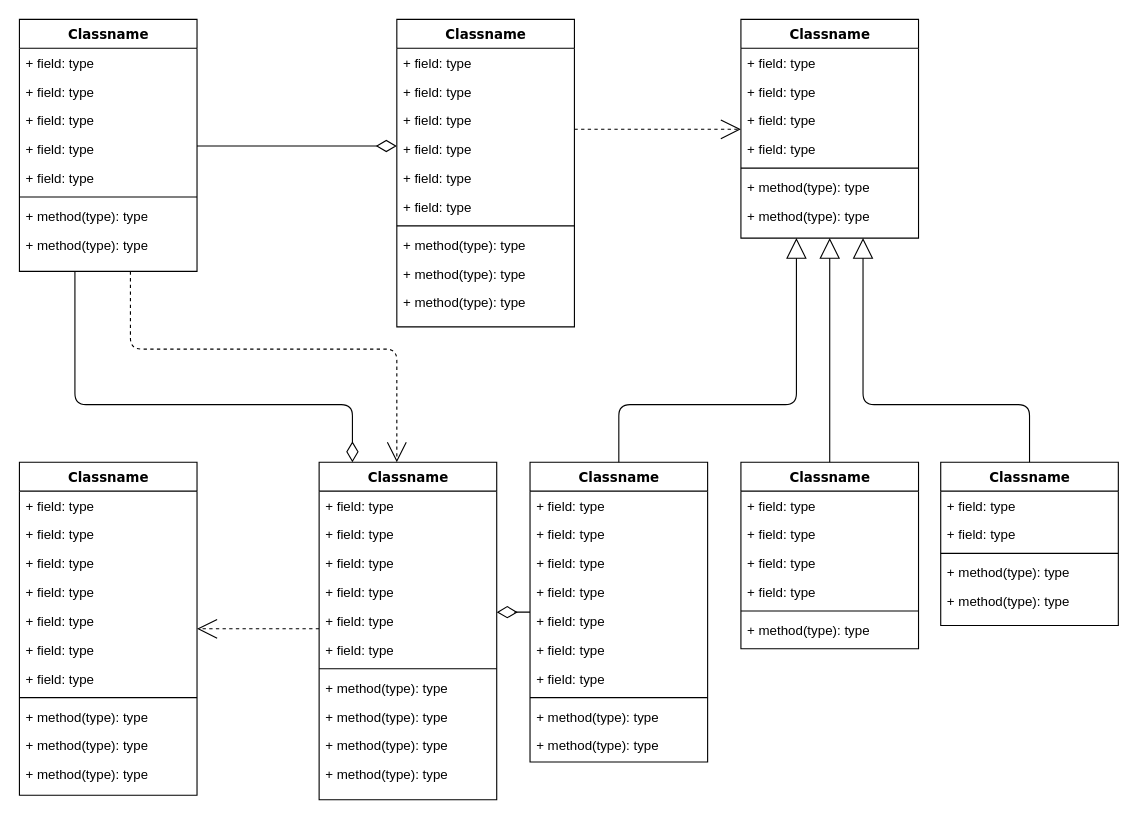
Before: docs/figures/Untitled Diagram.drawio in alex031029/WanxiangHackathon, a draw.io diagram. Source tidied: cells renumbered, new cells numbered last; positions are measured from the earlier drawing's top-left corner, leaving out a move shared by most shapes. Both pictures are drawn from the tidied source at 111%, with x=0, y=0 at pixel (19, 19).
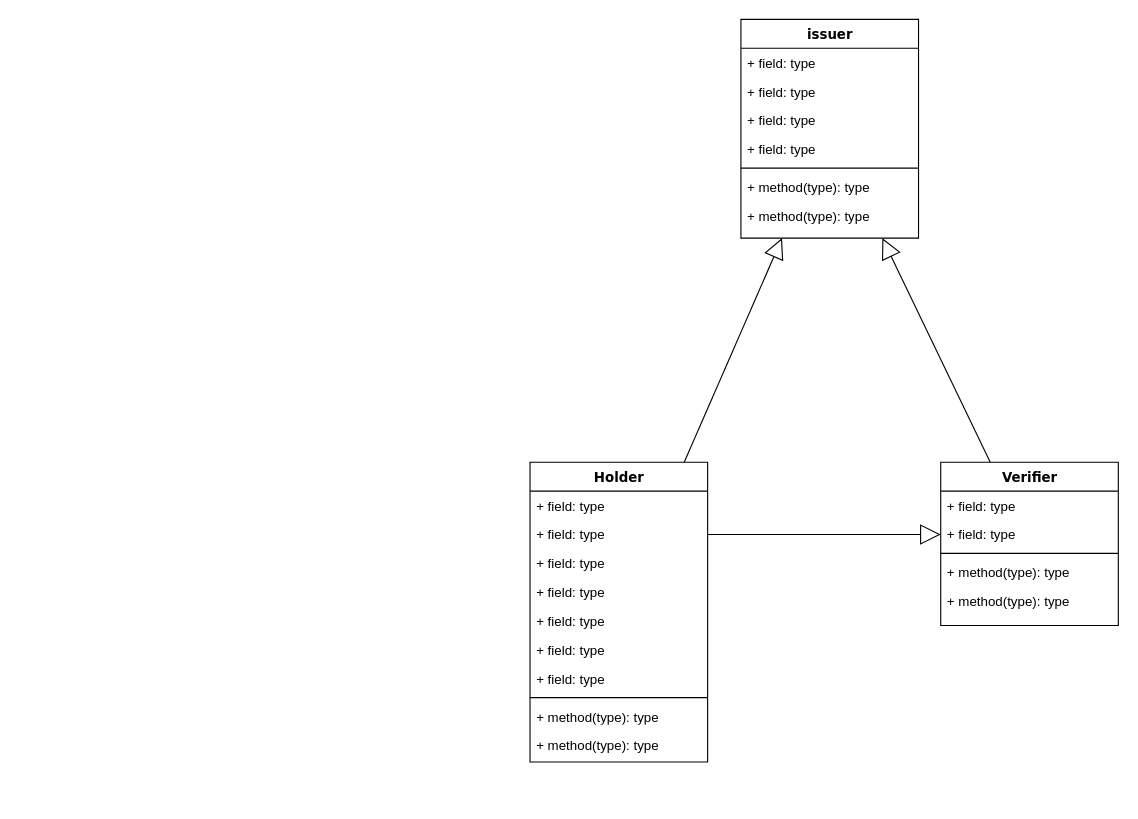
After the change.

The change refers to these unchanged cells:
```xml
<mxCell id="62" value="+ field: type" style="text;html=1;strokeColor=none;fillColor=none;align=left;verticalAlign=top;spacingLeft=4;spacingRight=4;whiteSpace=wrap;overflow=hidden;points=[[0,0.5],[1,0.5]];portConstraint=eastwest;" parent="60" vertex="1">
  <mxGeometry y="52" width="160" height="26" as="geometry" />
</mxCell>
<mxCell id="82" value="+ field: type" style="text;html=1;strokeColor=none;fillColor=none;align=left;verticalAlign=top;spacingLeft=4;spacingRight=4;whiteSpace=wrap;overflow=hidden;points=[[0,0.5],[1,0.5]];portConstraint=eastwest;" parent="80" vertex="1">
  <mxGeometry y="52" width="160" height="26" as="geometry" />
</mxCell>
```

Change to the diagram source:
```diff
@@
-    <mxCell id="2" style="edgeStyle=orthogonalEdgeStyle;html=1;labelBackgroundColor=none;startFill=0;startSize=8;endArrow=open;endFill=0;endSize=16;fontFamily=Verdana;fontSize=12;dashed=1;" parent="1" edge="1" source="4" target="47">
-      <mxGeometry relative="1" as="geometry">
-        <Array as="points">
-          <mxPoint x="100" y="297" />
-          <mxPoint x="340" y="297" />
-        </Array>
-      </mxGeometry>
-    </mxCell>
-    <mxCell id="3" style="edgeStyle=orthogonalEdgeStyle;html=1;labelBackgroundColor=none;startFill=0;startSize=8;endArrow=diamondThin;endFill=0;endSize=16;fontFamily=Verdana;fontSize=12;" parent="1" edge="1" source="4" target="47">
-      <mxGeometry relative="1" as="geometry">
-        <Array as="points">
-          <mxPoint x="50" y="347" />
-          <mxPoint x="300" y="347" />
-        </Array>
-      </mxGeometry>
-    </mxCell>
-    <mxCell id="4" value="Classname" style="swimlane;html=1;fontStyle=1;align=center;verticalAlign=top;horizontal=1;startSize=26;swimlaneFillColor=#ffffff;rounded=0;shadow=0;comic=0;labelBackgroundColor=none;strokeColor=#000000;strokeWidth=1;fillColor=none;fontFamily=Verdana;fontSize=12;fontColor=#000000;" parent="1" vertex="1">
-      <mxGeometry width="160" height="227" as="geometry" />
-    </mxCell>
-    <mxCell id="5" value="+ field: type" style="text;html=1;strokeColor=none;fillColor=none;align=left;verticalAlign=top;spacingLeft=4;spacingRight=4;whiteSpace=wrap;overflow=hidden;" parent="4" vertex="1">
-      <mxGeometry y="26" width="160" height="26" as="geometry" />
-    </mxCell>
-    <mxCell id="6" value="+ field: type" style="text;html=1;strokeColor=none;fillColor=none;align=left;verticalAlign=top;spacingLeft=4;spacingRight=4;whiteSpace=wrap;overflow=hidden;" parent="4" vertex="1">
-      <mxGeometry y="52" width="160" height="26" as="geometry" />
-    </mxCell>
-    <mxCell id="7" value="+ field: type" style="text;html=1;strokeColor=none;fillColor=none;align=left;verticalAlign=top;spacingLeft=4;spacingRight=4;whiteSpace=wrap;overflow=hidden;" parent="4" vertex="1">
-      <mxGeometry y="78" width="160" height="26" as="geometry" />
-    </mxCell>
-    <mxCell id="8" value="+ field: type" style="text;html=1;strokeColor=none;fillColor=none;align=left;verticalAlign=top;spacingLeft=4;spacingRight=4;whiteSpace=wrap;overflow=hidden;" parent="4" vertex="1">
-      <mxGeometry y="104" width="160" height="26" as="geometry" />
-    </mxCell>
-    <mxCell id="9" value="+ field: type" style="text;html=1;strokeColor=none;fillColor=none;align=left;verticalAlign=top;spacingLeft=4;spacingRight=4;whiteSpace=wrap;overflow=hidden;" parent="4" vertex="1">
-      <mxGeometry y="130" width="160" height="26" as="geometry" />
-    </mxCell>
-    <mxCell id="10" style="line;html=1;strokeWidth=1;fillColor=none;align=left;verticalAlign=middle;spacingTop=-1;spacingLeft=3;spacingRight=3;labelPosition=right;" parent="4" vertex="1">
-      <mxGeometry y="156" width="160" height="8" as="geometry" />
-    </mxCell>
-    <mxCell id="11" value="+ method(type): type" style="text;html=1;strokeColor=none;fillColor=none;align=left;verticalAlign=top;spacingLeft=4;spacingRight=4;whiteSpace=wrap;overflow=hidden;" parent="4" vertex="1">
-      <mxGeometry y="164" width="160" height="26" as="geometry" />
-    </mxCell>
-    <mxCell id="12" value="+ method(type): type" style="text;html=1;strokeColor=none;fillColor=none;align=left;verticalAlign=top;spacingLeft=4;spacingRight=4;whiteSpace=wrap;overflow=hidden;" parent="4" vertex="1">
-      <mxGeometry y="190" width="160" height="26" as="geometry" />
-    </mxCell>
-    <mxCell id="13" style="edgeStyle=elbowEdgeStyle;html=1;labelBackgroundColor=none;startFill=0;startSize=8;endArrow=open;endFill=0;endSize=16;fontFamily=Verdana;fontSize=12;elbow=vertical;dashed=1;" parent="1" edge="1" source="14" target="25">
-      <mxGeometry relative="1" as="geometry" />
-    </mxCell>
-    <mxCell id="14" value="Classname" style="swimlane;html=1;fontStyle=1;align=center;verticalAlign=top;horizontal=1;startSize=26;swimlaneFillColor=#ffffff;rounded=0;shadow=0;comic=0;labelBackgroundColor=none;strokeColor=#000000;strokeWidth=1;fillColor=none;fontFamily=Verdana;fontSize=12;fontColor=#000000;" parent="1" vertex="1">
-      <mxGeometry x="340" width="160" height="277" as="geometry" />
-    </mxCell>
-    <mxCell id="15" value="+ field: type" style="text;html=1;strokeColor=none;fillColor=none;align=left;verticalAlign=top;spacingLeft=4;spacingRight=4;whiteSpace=wrap;overflow=hidden;" parent="14" vertex="1">
-      <mxGeometry y="26" width="160" height="26" as="geometry" />
-    </mxCell>
-    <mxCell id="16" value="+ field: type" style="text;html=1;strokeColor=none;fillColor=none;align=left;verticalAlign=top;spacingLeft=4;spacingRight=4;whiteSpace=wrap;overflow=hidden;" parent="14" vertex="1">
-      <mxGeometry y="52" width="160" height="26" as="geometry" />
-    </mxCell>
-    <mxCell id="17" value="+ field: type" style="text;html=1;strokeColor=none;fillColor=none;align=left;verticalAlign=top;spacingLeft=4;spacingRight=4;whiteSpace=wrap;overflow=hidden;" parent="14" vertex="1">
-      <mxGeometry y="78" width="160" height="26" as="geometry" />
-    </mxCell>
-    <mxCell id="18" value="+ field: type" style="text;html=1;strokeColor=none;fillColor=none;align=left;verticalAlign=top;spacingLeft=4;spacingRight=4;whiteSpace=wrap;overflow=hidden;" parent="14" vertex="1">
-      <mxGeometry y="104" width="160" height="26" as="geometry" />
-    </mxCell>
-    <mxCell id="19" value="+ field: type" style="text;html=1;strokeColor=none;fillColor=none;align=left;verticalAlign=top;spacingLeft=4;spacingRight=4;whiteSpace=wrap;overflow=hidden;" parent="14" vertex="1">
-      <mxGeometry y="130" width="160" height="26" as="geometry" />
-    </mxCell>
-    <mxCell id="20" value="+ field: type" style="text;html=1;strokeColor=none;fillColor=none;align=left;verticalAlign=top;spacingLeft=4;spacingRight=4;whiteSpace=wrap;overflow=hidden;" parent="14" vertex="1">
-      <mxGeometry y="156" width="160" height="26" as="geometry" />
-    </mxCell>
-    <mxCell id="21" style="line;html=1;strokeWidth=1;fillColor=none;align=left;verticalAlign=middle;spacingTop=-1;spacingLeft=3;spacingRight=3;labelPosition=right;" parent="14" vertex="1">
-      <mxGeometry y="182" width="160" height="8" as="geometry" />
-    </mxCell>
-    <mxCell id="22" value="+ method(type): type" style="text;html=1;strokeColor=none;fillColor=none;align=left;verticalAlign=top;spacingLeft=4;spacingRight=4;whiteSpace=wrap;overflow=hidden;" parent="14" vertex="1">
-      <mxGeometry y="190" width="160" height="26" as="geometry" />
-    </mxCell>
-    <mxCell id="23" value="+ method(type): type" style="text;html=1;strokeColor=none;fillColor=none;align=left;verticalAlign=top;spacingLeft=4;spacingRight=4;whiteSpace=wrap;overflow=hidden;" parent="14" vertex="1">
-      <mxGeometry y="216" width="160" height="26" as="geometry" />
-    </mxCell>
-    <mxCell id="24" value="+ method(type): type" style="text;html=1;strokeColor=none;fillColor=none;align=left;verticalAlign=top;spacingLeft=4;spacingRight=4;whiteSpace=wrap;overflow=hidden;" parent="14" vertex="1">
-      <mxGeometry y="242" width="160" height="26" as="geometry" />
-    </mxCell>
-    <mxCell id="25" value="Classname" style="swimlane;html=1;fontStyle=1;align=center;verticalAlign=top;horizontal=1;startSize=26;swimlaneFillColor=#ffffff;rounded=0;shadow=0;comic=0;labelBackgroundColor=none;strokeColor=#000000;strokeWidth=1;fillColor=none;fontFamily=Verdana;fontSize=12;fontColor=#000000;" parent="1" vertex="1">
+    <mxCell id="25" value="issuer" style="swimlane;html=1;fontStyle=1;align=center;verticalAlign=top;horizontal=1;startSize=26;swimlaneFillColor=#ffffff;rounded=0;shadow=0;comic=0;labelBackgroundColor=none;strokeColor=#000000;strokeWidth=1;fillColor=none;fontFamily=Verdana;fontSize=12;fontColor=#000000;" parent="1" vertex="1">
       <mxGeometry x="650" width="160" height="197" as="geometry" />
     </mxCell>
@@
-    <mxCell id="33" style="edgeStyle=elbowEdgeStyle;html=1;labelBackgroundColor=none;startFill=0;startSize=8;endArrow=open;endFill=0;endSize=16;fontFamily=Verdana;fontSize=12;elbow=vertical;dashed=1;" parent="1" edge="1" source="47" target="34">
-      <mxGeometry relative="1" as="geometry" />
-    </mxCell>
-    <mxCell id="34" value="Classname" style="swimlane;html=1;fontStyle=1;align=center;verticalAlign=top;horizontal=1;startSize=26;swimlaneFillColor=#ffffff;rounded=0;shadow=0;comic=0;labelBackgroundColor=none;strokeColor=#000000;strokeWidth=1;fillColor=none;fontFamily=Verdana;fontSize=12;fontColor=#000000;" parent="1" vertex="1">
-      <mxGeometry y="399" width="160" height="300" as="geometry" />
-    </mxCell>
-    <mxCell id="35" value="+ field: type" style="text;html=1;strokeColor=none;fillColor=none;align=left;verticalAlign=top;spacingLeft=4;spacingRight=4;whiteSpace=wrap;overflow=hidden;" parent="34" vertex="1">
-      <mxGeometry y="26" width="160" height="26" as="geometry" />
-    </mxCell>
-    <mxCell id="36" value="+ field: type" style="text;html=1;strokeColor=none;fillColor=none;align=left;verticalAlign=top;spacingLeft=4;spacingRight=4;whiteSpace=wrap;overflow=hidden;" parent="34" vertex="1">
-      <mxGeometry y="52" width="160" height="26" as="geometry" />
-    </mxCell>
-    <mxCell id="37" value="+ field: type" style="text;html=1;strokeColor=none;fillColor=none;align=left;verticalAlign=top;spacingLeft=4;spacingRight=4;whiteSpace=wrap;overflow=hidden;" parent="34" vertex="1">
-      <mxGeometry y="78" width="160" height="26" as="geometry" />
-    </mxCell>
-    <mxCell id="38" value="+ field: type" style="text;html=1;strokeColor=none;fillColor=none;align=left;verticalAlign=top;spacingLeft=4;spacingRight=4;whiteSpace=wrap;overflow=hidden;" parent="34" vertex="1">
-      <mxGeometry y="104" width="160" height="26" as="geometry" />
-    </mxCell>
-    <mxCell id="39" value="+ field: type" style="text;html=1;strokeColor=none;fillColor=none;align=left;verticalAlign=top;spacingLeft=4;spacingRight=4;whiteSpace=wrap;overflow=hidden;" parent="34" vertex="1">
-      <mxGeometry y="130" width="160" height="26" as="geometry" />
-    </mxCell>
-    <mxCell id="40" value="+ field: type" style="text;html=1;strokeColor=none;fillColor=none;align=left;verticalAlign=top;spacingLeft=4;spacingRight=4;whiteSpace=wrap;overflow=hidden;" parent="34" vertex="1">
-      <mxGeometry y="156" width="160" height="26" as="geometry" />
-    </mxCell>
-    <mxCell id="41" value="+ field: type" style="text;html=1;strokeColor=none;fillColor=none;align=left;verticalAlign=top;spacingLeft=4;spacingRight=4;whiteSpace=wrap;overflow=hidden;" parent="34" vertex="1">
-      <mxGeometry y="182" width="160" height="26" as="geometry" />
-    </mxCell>
-    <mxCell id="42" style="line;html=1;strokeWidth=1;fillColor=none;align=left;verticalAlign=middle;spacingTop=-1;spacingLeft=3;spacingRight=3;labelPosition=right;" parent="34" vertex="1">
-      <mxGeometry y="208" width="160" height="8" as="geometry" />
-    </mxCell>
-    <mxCell id="43" value="+ method(type): type" style="text;html=1;strokeColor=none;fillColor=none;align=left;verticalAlign=top;spacingLeft=4;spacingRight=4;whiteSpace=wrap;overflow=hidden;" parent="34" vertex="1">
-      <mxGeometry y="216" width="160" height="26" as="geometry" />
-    </mxCell>
-    <mxCell id="44" value="+ method(type): type" style="text;html=1;strokeColor=none;fillColor=none;align=left;verticalAlign=top;spacingLeft=4;spacingRight=4;whiteSpace=wrap;overflow=hidden;" parent="34" vertex="1">
-      <mxGeometry y="242" width="160" height="26" as="geometry" />
-    </mxCell>
-    <mxCell id="45" value="+ method(type): type" style="text;html=1;strokeColor=none;fillColor=none;align=left;verticalAlign=top;spacingLeft=4;spacingRight=4;whiteSpace=wrap;overflow=hidden;" parent="34" vertex="1">
-      <mxGeometry y="268" width="160" height="26" as="geometry" />
-    </mxCell>
-    <mxCell id="46" style="edgeStyle=elbowEdgeStyle;html=1;labelBackgroundColor=none;startFill=0;startSize=8;endArrow=diamondThin;endFill=0;endSize=16;fontFamily=Verdana;fontSize=12;elbow=vertical;" parent="1" edge="1" source="60" target="47">
-      <mxGeometry relative="1" as="geometry" />
-    </mxCell>
-    <mxCell id="47" value="Classname" style="swimlane;html=1;fontStyle=1;align=center;verticalAlign=top;horizontal=1;startSize=26;swimlaneFillColor=#ffffff;rounded=0;shadow=0;comic=0;labelBackgroundColor=none;strokeColor=#000000;strokeWidth=1;fillColor=none;fontFamily=Verdana;fontSize=12;fontColor=#000000;" parent="1" vertex="1">
-      <mxGeometry x="270" y="399" width="160" height="304" as="geometry" />
-    </mxCell>
-    <mxCell id="48" value="+ field: type" style="text;html=1;strokeColor=none;fillColor=none;align=left;verticalAlign=top;spacingLeft=4;spacingRight=4;whiteSpace=wrap;overflow=hidden;" parent="47" vertex="1">
-      <mxGeometry y="26" width="160" height="26" as="geometry" />
-    </mxCell>
-    <mxCell id="49" value="+ field: type" style="text;html=1;strokeColor=none;fillColor=none;align=left;verticalAlign=top;spacingLeft=4;spacingRight=4;whiteSpace=wrap;overflow=hidden;" parent="47" vertex="1">
-      <mxGeometry y="52" width="160" height="26" as="geometry" />
-    </mxCell>
-    <mxCell id="50" value="+ field: type" style="text;html=1;strokeColor=none;fillColor=none;align=left;verticalAlign=top;spacingLeft=4;spacingRight=4;whiteSpace=wrap;overflow=hidden;" parent="47" vertex="1">
-      <mxGeometry y="78" width="160" height="26" as="geometry" />
-    </mxCell>
-    <mxCell id="51" value="+ field: type" style="text;html=1;strokeColor=none;fillColor=none;align=left;verticalAlign=top;spacingLeft=4;spacingRight=4;whiteSpace=wrap;overflow=hidden;" parent="47" vertex="1">
-      <mxGeometry y="104" width="160" height="26" as="geometry" />
-    </mxCell>
-    <mxCell id="52" value="+ field: type" style="text;html=1;strokeColor=none;fillColor=none;align=left;verticalAlign=top;spacingLeft=4;spacingRight=4;whiteSpace=wrap;overflow=hidden;" parent="47" vertex="1">
-      <mxGeometry y="130" width="160" height="26" as="geometry" />
-    </mxCell>
-    <mxCell id="53" value="+ field: type" style="text;html=1;strokeColor=none;fillColor=none;align=left;verticalAlign=top;spacingLeft=4;spacingRight=4;whiteSpace=wrap;overflow=hidden;" parent="47" vertex="1">
-      <mxGeometry y="156" width="160" height="26" as="geometry" />
-    </mxCell>
-    <mxCell id="54" style="line;html=1;strokeWidth=1;fillColor=none;align=left;verticalAlign=middle;spacingTop=-1;spacingLeft=3;spacingRight=3;labelPosition=right;" parent="47" vertex="1">
-      <mxGeometry y="182" width="160" height="8" as="geometry" />
-    </mxCell>
-    <mxCell id="55" value="+ method(type): type" style="text;html=1;strokeColor=none;fillColor=none;align=left;verticalAlign=top;spacingLeft=4;spacingRight=4;whiteSpace=wrap;overflow=hidden;" parent="47" vertex="1">
-      <mxGeometry y="190" width="160" height="26" as="geometry" />
-    </mxCell>
-    <mxCell id="56" value="+ method(type): type" style="text;html=1;strokeColor=none;fillColor=none;align=left;verticalAlign=top;spacingLeft=4;spacingRight=4;whiteSpace=wrap;overflow=hidden;" parent="47" vertex="1">
-      <mxGeometry y="216" width="160" height="26" as="geometry" />
-    </mxCell>
-    <mxCell id="57" value="+ method(type): type" style="text;html=1;strokeColor=none;fillColor=none;align=left;verticalAlign=top;spacingLeft=4;spacingRight=4;whiteSpace=wrap;overflow=hidden;" parent="47" vertex="1">
-      <mxGeometry y="242" width="160" height="26" as="geometry" />
-    </mxCell>
-    <mxCell id="58" value="+ method(type): type" style="text;html=1;strokeColor=none;fillColor=none;align=left;verticalAlign=top;spacingLeft=4;spacingRight=4;whiteSpace=wrap;overflow=hidden;" parent="47" vertex="1">
-      <mxGeometry y="268" width="160" height="26" as="geometry" />
-    </mxCell>
-    <mxCell id="59" style="edgeStyle=orthogonalEdgeStyle;html=1;labelBackgroundColor=none;startFill=0;startSize=8;endArrow=block;endFill=0;endSize=16;fontFamily=Verdana;fontSize=12;" parent="1" edge="1" source="60" target="25">
-      <mxGeometry relative="1" as="geometry">
-        <Array as="points">
-          <mxPoint x="540" y="347" />
-          <mxPoint x="700" y="347" />
-        </Array>
-      </mxGeometry>
+    <mxCell id="59" style="html=1;labelBackgroundColor=none;startFill=0;startSize=8;endArrow=block;endFill=0;endSize=16;fontFamily=Verdana;fontSize=12;" parent="1" edge="1" source="60" target="25">
+      <mxGeometry relative="1" as="geometry" />
     </mxCell>
-    <mxCell id="60" value="Classname" style="swimlane;html=1;fontStyle=1;align=center;verticalAlign=top;horizontal=1;startSize=26;swimlaneFillColor=#ffffff;rounded=0;shadow=0;comic=0;labelBackgroundColor=none;strokeColor=#000000;strokeWidth=1;fillColor=none;fontFamily=Verdana;fontSize=12;fontColor=#000000;" parent="1" vertex="1">
+    <mxCell id="60" value="Holder" style="swimlane;html=1;fontStyle=1;align=center;verticalAlign=top;horizontal=1;startSize=26;swimlaneFillColor=#ffffff;rounded=0;shadow=0;comic=0;labelBackgroundColor=none;strokeColor=#000000;strokeWidth=1;fillColor=none;fontFamily=Verdana;fontSize=12;fontColor=#000000;" parent="1" vertex="1">
       <mxGeometry x="460" y="399" width="160" height="270" as="geometry" />
     </mxCell>
@@
-    <mxCell id="71" style="edgeStyle=orthogonalEdgeStyle;html=1;labelBackgroundColor=none;startFill=0;startSize=8;endArrow=block;endFill=0;endSize=16;fontFamily=Verdana;fontSize=12;" parent="1" edge="1" source="72" target="25">
-      <mxGeometry relative="1" as="geometry" />
-    </mxCell>
-    <mxCell id="72" value="Classname" style="swimlane;html=1;fontStyle=1;align=center;verticalAlign=top;horizontal=1;startSize=26;swimlaneFillColor=#ffffff;rounded=0;shadow=0;comic=0;labelBackgroundColor=none;strokeColor=#000000;strokeWidth=1;fillColor=none;fontFamily=Verdana;fontSize=12;fontColor=#000000;" parent="1" vertex="1">
-      <mxGeometry x="650" y="399" width="160" height="168" as="geometry" />
-    </mxCell>
-    <mxCell id="73" value="+ field: type" style="text;html=1;strokeColor=none;fillColor=none;align=left;verticalAlign=top;spacingLeft=4;spacingRight=4;whiteSpace=wrap;overflow=hidden;" parent="72" vertex="1">
-      <mxGeometry y="26" width="160" height="26" as="geometry" />
-    </mxCell>
-    <mxCell id="74" value="+ field: type" style="text;html=1;strokeColor=none;fillColor=none;align=left;verticalAlign=top;spacingLeft=4;spacingRight=4;whiteSpace=wrap;overflow=hidden;" parent="72" vertex="1">
-      <mxGeometry y="52" width="160" height="26" as="geometry" />
-    </mxCell>
-    <mxCell id="75" value="+ field: type" style="text;html=1;strokeColor=none;fillColor=none;align=left;verticalAlign=top;spacingLeft=4;spacingRight=4;whiteSpace=wrap;overflow=hidden;" parent="72" vertex="1">
-      <mxGeometry y="78" width="160" height="26" as="geometry" />
-    </mxCell>
-    <mxCell id="76" value="+ field: type" style="text;html=1;strokeColor=none;fillColor=none;align=left;verticalAlign=top;spacingLeft=4;spacingRight=4;whiteSpace=wrap;overflow=hidden;" parent="72" vertex="1">
-      <mxGeometry y="104" width="160" height="26" as="geometry" />
-    </mxCell>
-    <mxCell id="77" style="line;html=1;strokeWidth=1;fillColor=none;align=left;verticalAlign=middle;spacingTop=-1;spacingLeft=3;spacingRight=3;labelPosition=right;" parent="72" vertex="1">
-      <mxGeometry y="130" width="160" height="8" as="geometry" />
-    </mxCell>
-    <mxCell id="78" value="+ method(type): type" style="text;html=1;strokeColor=none;fillColor=none;align=left;verticalAlign=top;spacingLeft=4;spacingRight=4;whiteSpace=wrap;overflow=hidden;" parent="72" vertex="1">
-      <mxGeometry y="138" width="160" height="26" as="geometry" />
-    </mxCell>
-    <mxCell id="79" style="edgeStyle=orthogonalEdgeStyle;html=1;labelBackgroundColor=none;startFill=0;startSize=8;endArrow=block;endFill=0;endSize=16;fontFamily=Verdana;fontSize=12;" parent="1" edge="1" source="80" target="25">
-      <mxGeometry relative="1" as="geometry">
-        <Array as="points">
-          <mxPoint x="910" y="347" />
-          <mxPoint x="760" y="347" />
-        </Array>
-      </mxGeometry>
+    <mxCell id="79" style="html=1;labelBackgroundColor=none;startFill=0;startSize=8;endArrow=block;endFill=0;endSize=16;fontFamily=Verdana;fontSize=12;" parent="1" edge="1" source="80" target="25">
+      <mxGeometry relative="1" as="geometry" />
     </mxCell>
-    <mxCell id="80" value="Classname" style="swimlane;html=1;fontStyle=1;align=center;verticalAlign=top;horizontal=1;startSize=26;swimlaneFillColor=#ffffff;rounded=0;shadow=0;comic=0;labelBackgroundColor=none;strokeColor=#000000;strokeWidth=1;fillColor=none;fontFamily=Verdana;fontSize=12;fontColor=#000000;" parent="1" vertex="1">
+    <mxCell id="80" value="Verifier" style="swimlane;html=1;fontStyle=1;align=center;verticalAlign=top;horizontal=1;startSize=26;swimlaneFillColor=#ffffff;rounded=0;shadow=0;comic=0;labelBackgroundColor=none;strokeColor=#000000;strokeWidth=1;fillColor=none;fontFamily=Verdana;fontSize=12;fontColor=#000000;" parent="1" vertex="1">
       <mxGeometry x="830" y="399" width="160" height="147" as="geometry" />
     </mxCell>
@@
-    <mxCell id="86" style="edgeStyle=elbowEdgeStyle;html=1;labelBackgroundColor=none;startFill=0;startSize=8;endArrow=diamondThin;endFill=0;endSize=16;fontFamily=Verdana;fontSize=12;elbow=vertical;" parent="1" edge="1" source="4" target="14">
-      <mxGeometry relative="1" as="geometry" />
-    </mxCell>
+    <mxCell id="87" style="edgeStyle=none;rounded=0;jettySize=auto;html=1;exitX=1;exitY=0.5;exitDx=0;exitDy=0;entryX=0;entryY=0.5;entryDx=0;entryDy=0;endArrow=block;endFill=0;endSize=16;" parent="1" edge="1" source="62" target="82">
+      <mxGeometry relative="1" as="geometry" />
+    </mxCell>
```
